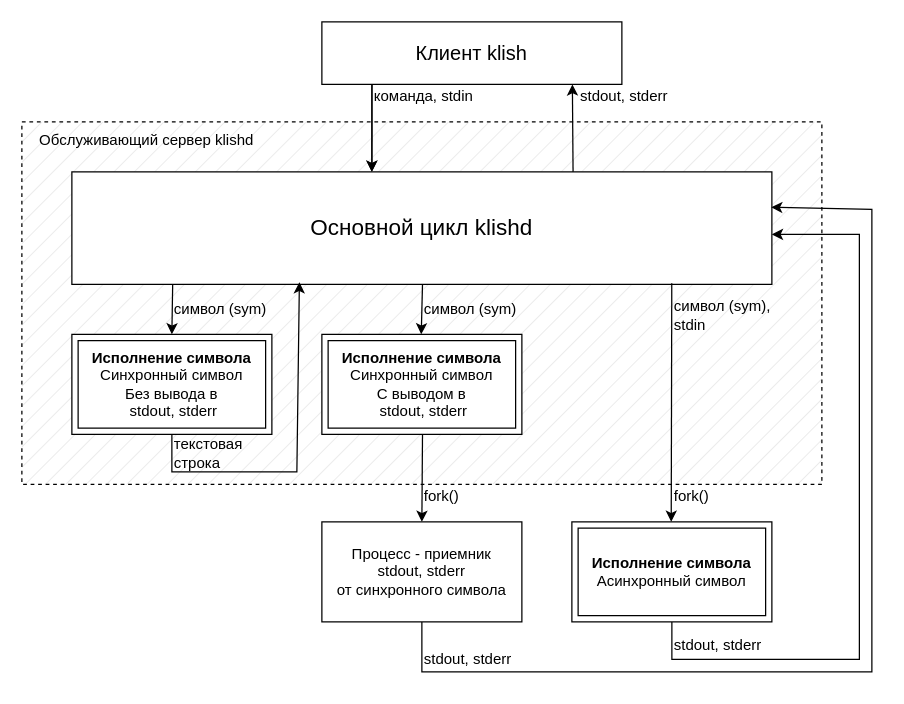
Above: docs/klish-exec.ru.drawio in nawawi/klish (draw.io), before the change. Source tidied: cells renumbered, new cells numbered last; positions are measured from the earlier drawing's top-left corner, leaving out a move shared by most shapes. Both pictures are drawn from the tidied source at 125%, with x=0, y=0 at pixel (21, 21).
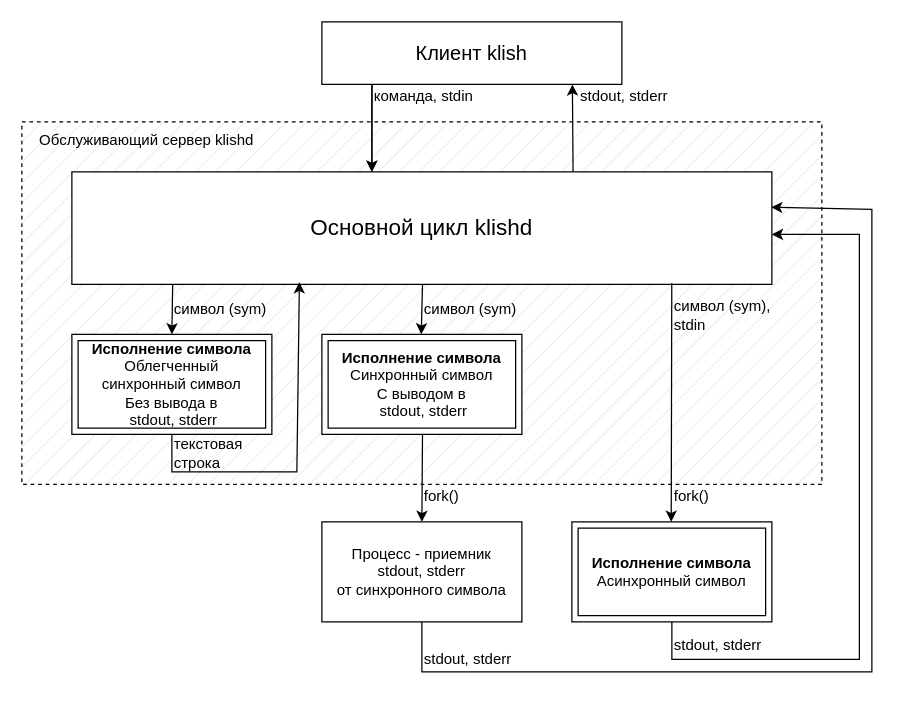
The same page after the edit.

Commit message (it also covers changes not shown here):
doc: Fix klish-exec picture

Diff of the diagram source:
```diff
@@
-    <mxCell id="5" value="&lt;b&gt;Исполнение символа&lt;br&gt;&lt;/b&gt;Синхронный символ&lt;br&gt;Без вывода в&lt;br&gt;&amp;nbsp;stdout, stderr" style="shape=ext;margin=3;double=1;whiteSpace=wrap;html=1;align=center;" parent="1" vertex="1">
+    <mxCell id="5" value="&lt;b&gt;Исполнение символа&lt;br&gt;&lt;/b&gt;Облегченный&lt;br&gt;синхронный символ&lt;br&gt;Без вывода в&lt;br&gt;&amp;nbsp;stdout, stderr" style="shape=ext;margin=3;double=1;whiteSpace=wrap;html=1;align=center;" parent="1" vertex="1">
       <mxGeometry x="40" y="250" width="160" height="80" as="geometry" />
     </mxCell>
```
